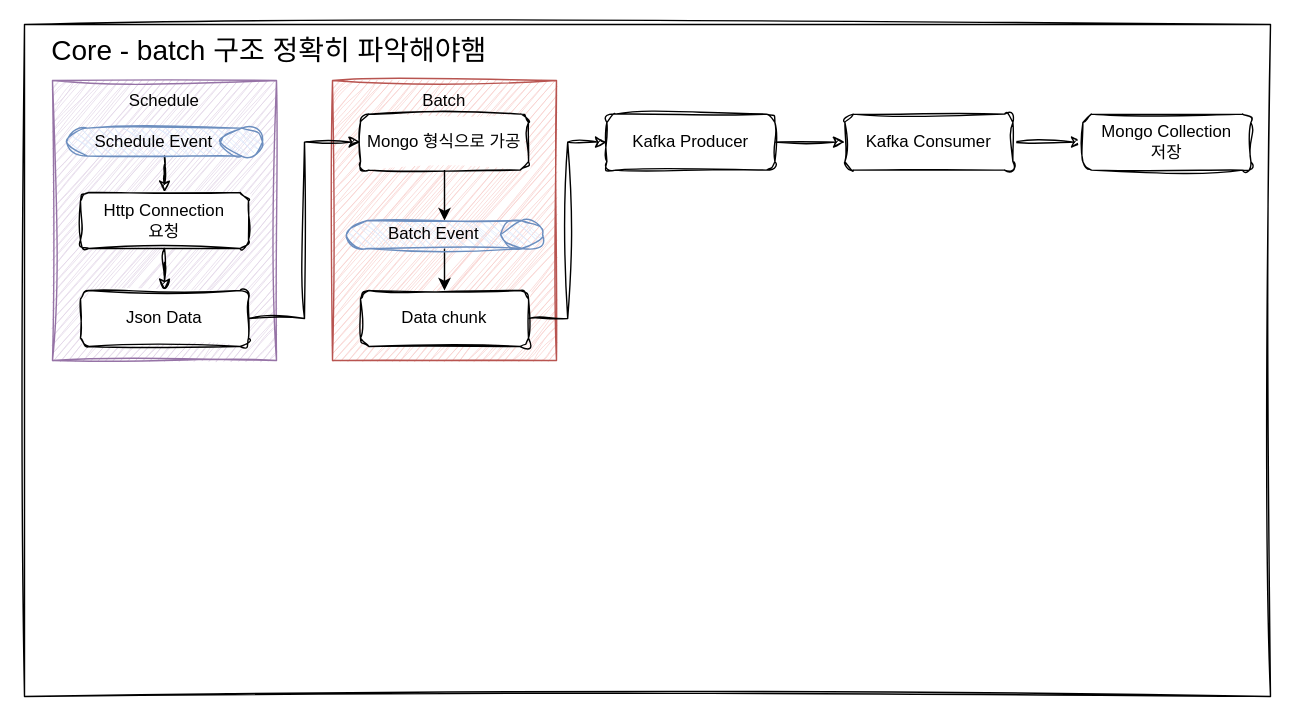
Above: docs/collectData.drawio in lima1016/HelloToday (draw.io), before the change. Source tidied: cells renumbered, new cells numbered last; positions are measured from the earlier drawing's top-left corner, leaving out a move shared by most shapes. Both pictures are drawn from the tidied source at 140%, with x=0, y=0 at pixel (24, 24).
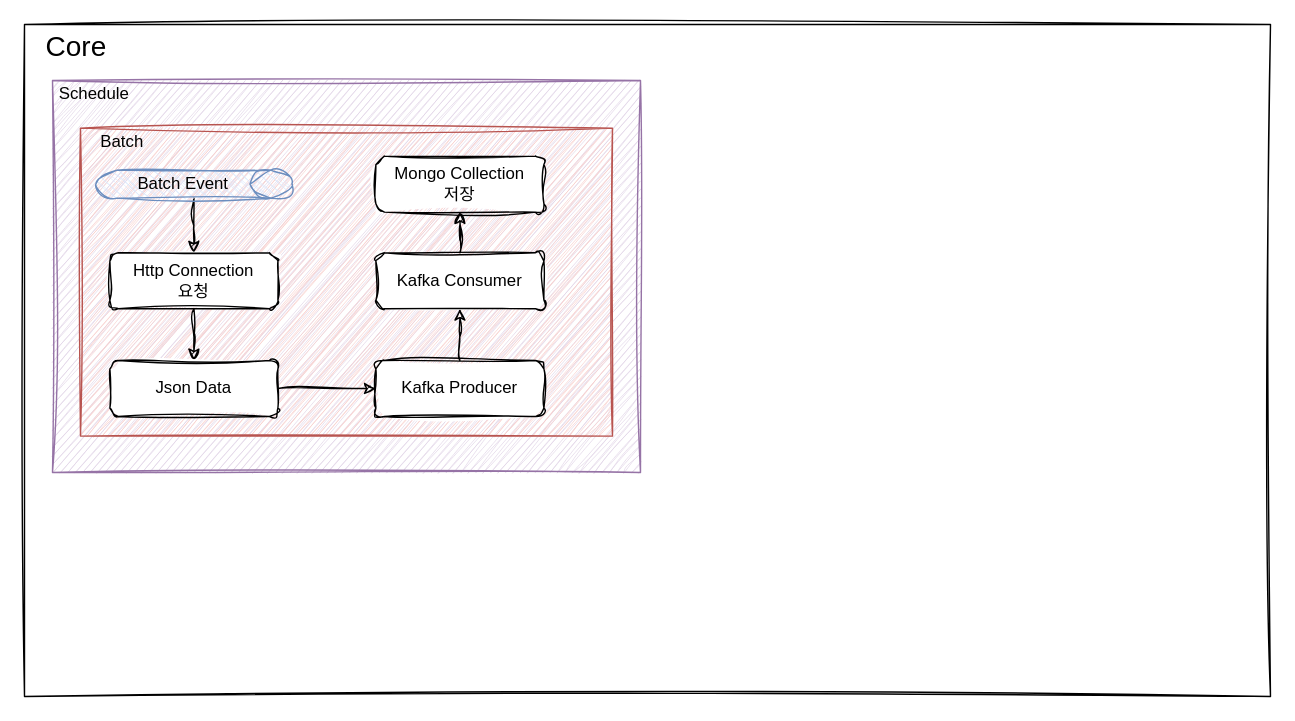
After the change.

Change to the diagram source:
```diff
@@
     <mxCell id="3" style="rounded=0;whiteSpace=wrap;html=1;fillColor=#e1d5e7;strokeColor=#9673a6;glass=0;shadow=0;sketch=1;curveFitting=1;jiggle=2;" parent="1" vertex="1">
-      <mxGeometry x="20" y="40" width="160" height="200" as="geometry" />
+      <mxGeometry x="20" y="40" width="420" height="280" as="geometry" />
     </mxCell>
     <mxCell id="4" style="rounded=0;whiteSpace=wrap;html=1;fillColor=#f8cecc;strokeColor=#b85450;sketch=1;curveFitting=1;jiggle=2;" parent="1" vertex="1">
-      <mxGeometry x="220" y="40" width="160" height="200" as="geometry" />
+      <mxGeometry x="40" y="74" width="380" height="220" as="geometry" />
     </mxCell>
-    <mxCell id="5" value="&lt;font style=&quot;font-size: 20px;&quot;&gt;Core - batch 구조 정확히 파악해야햄&lt;/font&gt;" style="text;html=1;strokeColor=none;fillColor=none;align=center;verticalAlign=middle;whiteSpace=wrap;rounded=0;" parent="1" vertex="1">
-      <mxGeometry y="3" width="350" height="30" as="geometry" />
+    <mxCell id="5" value="&lt;font style=&quot;font-size: 20px;&quot;&gt;Core&amp;nbsp;&lt;/font&gt;" style="text;html=1;strokeColor=none;fillColor=none;align=center;verticalAlign=middle;whiteSpace=wrap;rounded=0;" parent="1" vertex="1">
+      <mxGeometry width="80" height="30" as="geometry" />
     </mxCell>
-    <mxCell id="6" style="edgeStyle=orthogonalEdgeStyle;rounded=0;jettySize=auto;html=1;" parent="1" edge="1" source="7" target="19">
-      <mxGeometry relative="1" as="geometry" />
-    </mxCell>
-    <mxCell id="7" value="Mongo 형식으로 가공" style="rounded=1;whiteSpace=wrap;html=1;fontSize=12;glass=0;strokeWidth=1;shadow=0;sketch=1;curveFitting=1;jiggle=2;" parent="1" vertex="1">
-      <mxGeometry x="240" y="64" width="120" height="40" as="geometry" />
-    </mxCell>
-    <mxCell id="8" style="edgeStyle=orthogonalEdgeStyle;rounded=0;jettySize=auto;html=1;entryX=0;entryY=0.5;entryDx=0;entryDy=0;sketch=1;curveFitting=1;jiggle=2;" parent="1" edge="1" source="9" target="11">
+    <mxCell id="8" style="edgeStyle=orthogonalEdgeStyle;rounded=0;jettySize=auto;html=1;entryX=0.5;entryY=1;entryDx=0;entryDy=0;sketch=1;curveFitting=1;jiggle=2;" parent="1" edge="1" source="9" target="11">
       <mxGeometry relative="1" as="geometry" />
     </mxCell>
     <mxCell id="9" value="Kafka Producer" style="rounded=1;whiteSpace=wrap;html=1;fontSize=12;glass=0;strokeWidth=1;shadow=0;sketch=1;curveFitting=1;jiggle=2;" parent="1" vertex="1">
-      <mxGeometry x="416" y="64" width="120" height="40" as="geometry" />
+      <mxGeometry x="251" y="240" width="120" height="40" as="geometry" />
     </mxCell>
-    <mxCell id="10" style="edgeStyle=orthogonalEdgeStyle;rounded=0;jettySize=auto;html=1;entryX=0;entryY=0.5;entryDx=0;entryDy=0;sketch=1;curveFitting=1;jiggle=2;" parent="1" edge="1" source="11" target="12">
+    <mxCell id="10" style="edgeStyle=orthogonalEdgeStyle;rounded=0;jettySize=auto;html=1;sketch=1;curveFitting=1;jiggle=2;" parent="1" edge="1" source="11" target="12">
       <mxGeometry relative="1" as="geometry" />
     </mxCell>
     <mxCell id="11" value="Kafka Consumer" style="rounded=1;whiteSpace=wrap;html=1;fontSize=12;glass=0;strokeWidth=1;shadow=0;sketch=1;curveFitting=1;jiggle=2;" parent="1" vertex="1">
-      <mxGeometry x="586" y="64" width="120" height="40" as="geometry" />
+      <mxGeometry x="251" y="163" width="120" height="40" as="geometry" />
     </mxCell>
     <mxCell id="12" value="Mongo Collection&lt;br&gt;저장" style="rounded=1;whiteSpace=wrap;html=1;fontSize=12;glass=0;strokeWidth=1;shadow=0;sketch=1;curveFitting=1;jiggle=2;" parent="1" vertex="1">
-      <mxGeometry x="756" y="64" width="120" height="40" as="geometry" />
+      <mxGeometry x="251" y="94" width="120" height="40" as="geometry" />
     </mxCell>
     <mxCell id="13" value="Batch" style="text;html=1;strokeColor=none;fillColor=none;align=center;verticalAlign=middle;whiteSpace=wrap;rounded=0;" parent="1" vertex="1">
-      <mxGeometry x="270" y="45" width="60" height="20" as="geometry" />
+      <mxGeometry x="40" y="74" width="60" height="20" as="geometry" />
     </mxCell>
-    <mxCell id="14" style="edgeStyle=orthogonalEdgeStyle;rounded=0;jettySize=auto;html=1;entryX=0.5;entryY=0;entryDx=0;entryDy=0;sketch=1;curveFitting=1;jiggle=2;" parent="1" edge="1" source="15" target="17">
-      <mxGeometry relative="1" as="geometry" />
-    </mxCell>
-    <mxCell id="15" value="Schedule Event" style="shape=cylinder3;whiteSpace=wrap;html=1;boundedLbl=1;backgroundOutline=1;size=15;direction=south;fillColor=#dae8fc;strokeColor=#6c8ebf;sketch=1;curveFitting=1;jiggle=2;" parent="1" vertex="1">
-      <mxGeometry x="30" y="74" width="140" height="20" as="geometry" />
-    </mxCell>
@@
     <mxCell id="17" value="Http Connection&lt;br&gt;요청" style="rounded=1;whiteSpace=wrap;html=1;fontSize=12;glass=0;strokeWidth=1;shadow=0;sketch=1;curveFitting=1;jiggle=2;" parent="1" vertex="1">
-      <mxGeometry x="40" y="120" width="120" height="40" as="geometry" />
+      <mxGeometry x="61" y="163" width="120" height="40" as="geometry" />
     </mxCell>
-    <mxCell id="18" style="edgeStyle=orthogonalEdgeStyle;rounded=0;jettySize=auto;html=1;entryX=0.5;entryY=0;entryDx=0;entryDy=0;" parent="1" edge="1" source="19" target="21">
-      <mxGeometry relative="1" as="geometry" />
-    </mxCell>
+    <mxCell id="20" style="edgeStyle=orthogonalEdgeStyle;rounded=0;jettySize=auto;html=1;entryX=0;entryY=0.5;entryDx=0;entryDy=0;sketch=1;curveFitting=1;jiggle=2;exitX=1;exitY=0.5;exitDx=0;exitDy=0;" parent="1" edge="1" source="24" target="9">
+      <mxGeometry relative="1" as="geometry" />
+    </mxCell>
+    <mxCell id="22" value="Schedule" style="text;html=1;align=center;verticalAlign=middle;whiteSpace=wrap;rounded=0;shadow=0;glass=0;sketch=1;curveFitting=1;jiggle=2;" parent="1" vertex="1">
+      <mxGeometry x="20" y="40" width="60" height="20" as="geometry" />
+    </mxCell>
+    <mxCell id="24" value="Json Data" style="rounded=1;whiteSpace=wrap;html=1;fontSize=12;glass=0;strokeWidth=1;shadow=0;sketch=1;curveFitting=1;jiggle=2;" parent="1" vertex="1">
+      <mxGeometry x="61" y="240" width="120" height="40" as="geometry" />
+    </mxCell>
+    <mxCell id="25" style="edgeStyle=orthogonalEdgeStyle;rounded=0;jettySize=auto;html=1;entryX=0.5;entryY=0;entryDx=0;entryDy=0;sketch=1;curveFitting=1;jiggle=2;" parent="1" edge="1" source="19" target="17">
+      <mxGeometry relative="1" as="geometry" />
+    </mxCell>
     <mxCell id="19" value="Batch Event" style="shape=cylinder3;whiteSpace=wrap;html=1;boundedLbl=1;backgroundOutline=1;size=15;direction=south;fillColor=#dae8fc;strokeColor=#6c8ebf;sketch=1;curveFitting=1;jiggle=2;" parent="1" vertex="1">
-      <mxGeometry x="230" y="140" width="140" height="20" as="geometry" />
+      <mxGeometry x="51" y="104" width="140" height="20" as="geometry" />
     </mxCell>
-    <mxCell id="20" style="edgeStyle=orthogonalEdgeStyle;rounded=0;jettySize=auto;html=1;entryX=0;entryY=0.5;entryDx=0;entryDy=0;sketch=1;curveFitting=1;jiggle=2;" parent="1" edge="1" source="21" target="9">
-      <mxGeometry relative="1" as="geometry" />
-    </mxCell>
-    <mxCell id="21" value="Data chunk" style="rounded=1;whiteSpace=wrap;html=1;fontSize=12;glass=0;strokeWidth=1;shadow=0;sketch=1;curveFitting=1;jiggle=2;" parent="1" vertex="1">
-      <mxGeometry x="240" y="190" width="120" height="40" as="geometry" />
-    </mxCell>
-    <mxCell id="22" value="Schedule" style="text;html=1;align=center;verticalAlign=middle;whiteSpace=wrap;rounded=0;shadow=0;glass=0;sketch=1;curveFitting=1;jiggle=2;" parent="1" vertex="1">
-      <mxGeometry x="70" y="45" width="60" height="20" as="geometry" />
-    </mxCell>
-    <mxCell id="23" style="edgeStyle=orthogonalEdgeStyle;rounded=0;jettySize=auto;html=1;entryX=0;entryY=0.5;entryDx=0;entryDy=0;sketch=1;curveFitting=1;jiggle=2;" parent="1" edge="1" source="24" target="7">
-      <mxGeometry relative="1" as="geometry" />
-    </mxCell>
-    <mxCell id="24" value="Json Data" style="rounded=1;whiteSpace=wrap;html=1;fontSize=12;glass=0;strokeWidth=1;shadow=0;sketch=1;curveFitting=1;jiggle=2;" parent="1" vertex="1">
-      <mxGeometry x="40" y="190" width="120" height="40" as="geometry" />
-    </mxCell>
```
